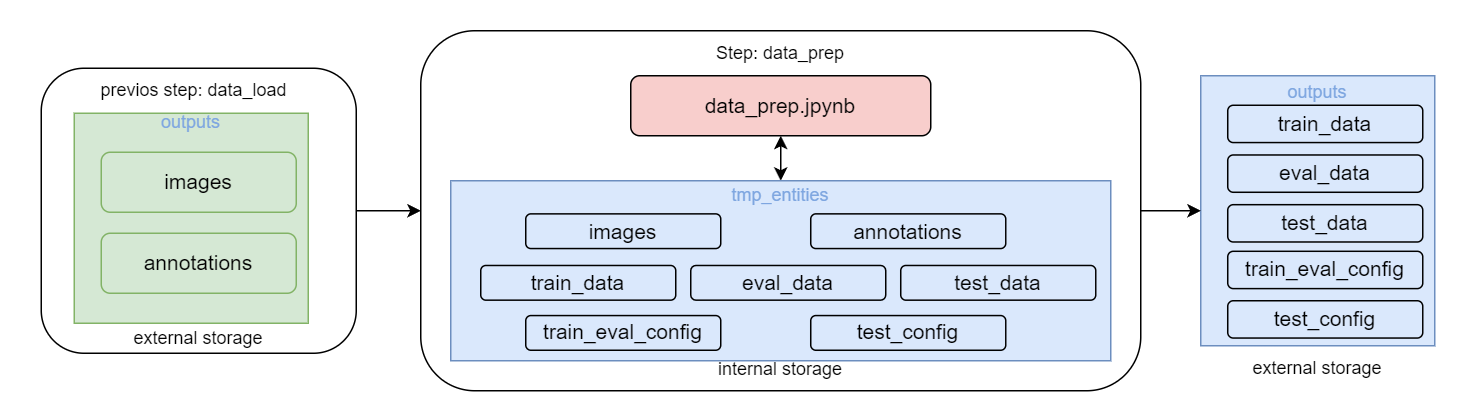
4-DS/obj_detect_rest-data_prep keeps this draw.io diagram as imgs/data_prep_inteface.drawio.png. Above is the earlier version. Source tidied: cells renumbered, new cells last; positions are measured from the earlier drawing's top-left corner, leaving out a move shared by most shapes.
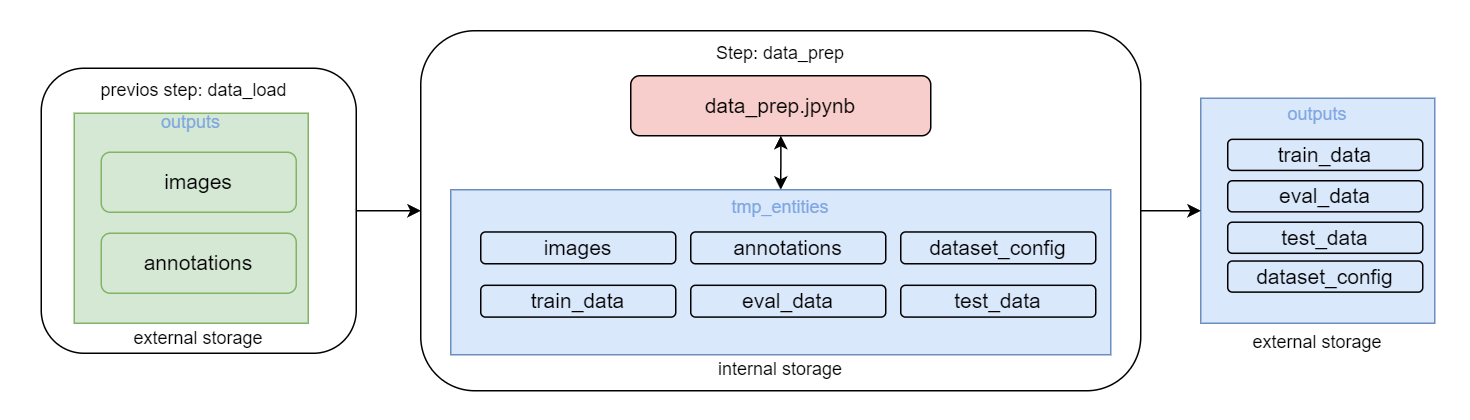
Above is the later version.

Diff of the diagram source:
```diff
@@ -18,56 +18,50 @@
       <mxGeometry x="420" y="50" width="200" height="40" as="geometry" />
     </mxCell>
     <mxCell id="7" value="external storage" style="text;html=1;strokeColor=none;fillColor=none;align=center;verticalAlign=middle;whiteSpace=wrap;rounded=0;" parent="1" vertex="1">
-      <mxGeometry x="808" y="230" width="140" height="30" as="geometry" />
+      <mxGeometry x="808" y="213" width="140" height="30" as="geometry" />
     </mxCell>
     <mxCell id="8" style="group;" parent="1" vertex="1">
-      <mxGeometry x="300" y="120" width="440" height="120" as="geometry" />
+      <mxGeometry x="300" y="120" width="440" height="110" as="geometry" />
     </mxCell>
-    <mxCell id="9" value="&lt;font style=&quot;&quot;&gt;&lt;font style=&quot;&quot; color=&quot;#7ea6e0&quot;&gt;&lt;font style=&quot;&quot;&gt;tmp_entities&lt;br&gt;&lt;br&gt;&lt;/font&gt;&lt;br&gt;&lt;br&gt;&lt;br&gt;&lt;br&gt;&lt;br&gt;&lt;/font&gt;&lt;br&gt;&lt;/font&gt;" style="rounded=0;whiteSpace=wrap;html=1;fillColor=#dae8fc;strokeColor=#6c8ebf;" parent="8" vertex="1">
-      <mxGeometry width="440" height="120" as="geometry" />
+    <mxCell id="9" value="&lt;font style=&quot;&quot;&gt;&lt;font style=&quot;&quot; color=&quot;#7ea6e0&quot;&gt;&lt;font style=&quot;&quot;&gt;tmp_entities&lt;br&gt;&lt;/font&gt;&lt;br&gt;&lt;br&gt;&lt;br&gt;&lt;br&gt;&lt;br&gt;&lt;/font&gt;&lt;br&gt;&lt;/font&gt;" style="rounded=0;whiteSpace=wrap;html=1;fillColor=#dae8fc;strokeColor=#6c8ebf;" parent="8" vertex="1">
+      <mxGeometry y="6" width="440" height="110" as="geometry" />
     </mxCell>
     <mxCell id="10" value="&lt;font style=&quot;font-size: 14px;&quot;&gt;images&lt;/font&gt;" style="rounded=1;whiteSpace=wrap;html=1;fillColor=#dae8fc;strokeColor=#000000;strokeWidth=1;" parent="8" vertex="1">
-      <mxGeometry x="50" y="22.1" width="130" height="23.1" as="geometry" />
+      <mxGeometry x="20" y="34.2" width="130" height="21.2" as="geometry" />
     </mxCell>
     <mxCell id="11" value="&lt;font style=&quot;font-size: 14px;&quot;&gt;annotations&lt;/font&gt;" style="rounded=1;whiteSpace=wrap;html=1;fillColor=#dae8fc;strokeColor=#000000;strokeWidth=1;" parent="8" vertex="1">
-      <mxGeometry x="240" y="22.1" width="130" height="23.1" as="geometry" />
+      <mxGeometry x="160" y="34.2" width="130" height="21.2" as="geometry" />
     </mxCell>
     <mxCell id="12" value="&lt;font style=&quot;font-size: 14px;&quot;&gt;eval_data&lt;/font&gt;" style="rounded=1;whiteSpace=wrap;html=1;fillColor=#dae8fc;strokeColor=#000000;strokeWidth=1;" parent="8" vertex="1">
-      <mxGeometry x="160" y="56.5" width="130" height="23.1" as="geometry" />
+      <mxGeometry x="160" y="69.7" width="130" height="21.2" as="geometry" />
     </mxCell>
     <mxCell id="13" value="&lt;font style=&quot;font-size: 14px;&quot;&gt;test_data&lt;/font&gt;" style="rounded=1;whiteSpace=wrap;html=1;fillColor=#dae8fc;strokeColor=#000000;strokeWidth=1;" parent="8" vertex="1">
-      <mxGeometry x="300" y="56.5" width="130" height="23.1" as="geometry" />
+      <mxGeometry x="300" y="69.7" width="130" height="21.2" as="geometry" />
     </mxCell>
     <mxCell id="14" value="&lt;font style=&quot;font-size: 14px;&quot;&gt;train_data&lt;/font&gt;" style="rounded=1;whiteSpace=wrap;html=1;fillColor=#dae8fc;strokeColor=#000000;strokeWidth=1;" parent="8" vertex="1">
-      <mxGeometry x="20" y="56.5" width="130" height="23.1" as="geometry" />
+      <mxGeometry x="20" y="69.7" width="130" height="21.2" as="geometry" />
     </mxCell>
-    <mxCell id="15" value="&lt;font style=&quot;font-size: 14px;&quot;&gt;train_eval_config&lt;/font&gt;" style="rounded=1;whiteSpace=wrap;html=1;fillColor=#dae8fc;strokeColor=#000000;strokeWidth=1;" parent="8" vertex="1">
-      <mxGeometry x="50" y="89.9" width="130" height="23.1" as="geometry" />
+    <mxCell id="15" value="&lt;font style=&quot;font-size: 14px;&quot;&gt;dataset_config&lt;/font&gt;" style="rounded=1;whiteSpace=wrap;html=1;fillColor=#dae8fc;strokeColor=#000000;strokeWidth=1;" parent="8" vertex="1">
+      <mxGeometry x="300" y="34.2" width="130" height="21.2" as="geometry" />
     </mxCell>
-    <mxCell id="16" value="&lt;font style=&quot;font-size: 14px;&quot;&gt;test_config&lt;/font&gt;" style="rounded=1;whiteSpace=wrap;html=1;fillColor=#dae8fc;strokeColor=#000000;strokeWidth=1;" parent="8" vertex="1">
-      <mxGeometry x="240" y="89.9" width="130" height="23.1" as="geometry" />
-    </mxCell>
     <mxCell id="17" value="1" style="group;" parent="1" vertex="1">
-      <mxGeometry x="800" y="50" width="156" height="180" as="geometry" />
+      <mxGeometry x="800" y="65" width="156" height="150" as="geometry" />
     </mxCell>
-    <mxCell id="18" value="&lt;font style=&quot;font-size: 12px;&quot;&gt;&lt;font color=&quot;#7ea6e0&quot;&gt;&lt;font style=&quot;font-size: 12px;&quot;&gt;outputs&lt;/font&gt;&lt;br&gt;&lt;br&gt;&lt;br&gt;&lt;br&gt;&lt;br&gt;&lt;br&gt;&lt;br&gt;&lt;br&gt;&lt;br&gt;&lt;br&gt;&lt;br&gt;&lt;/font&gt;&lt;br&gt;&lt;/font&gt;" style="rounded=0;whiteSpace=wrap;html=1;fillColor=#dae8fc;strokeColor=#6c8ebf;" parent="17" vertex="1">
-      <mxGeometry width="156" height="180" as="geometry" />
+    <mxCell id="18" value="&lt;font style=&quot;font-size: 12px;&quot;&gt;&lt;font color=&quot;#7ea6e0&quot;&gt;&lt;font style=&quot;font-size: 12px;&quot;&gt;outputs&lt;/font&gt;&lt;br&gt;&lt;br&gt;&lt;br&gt;&lt;br&gt;&lt;br&gt;&lt;br&gt;&lt;br&gt;&lt;br&gt;&lt;br&gt;&lt;/font&gt;&lt;br&gt;&lt;/font&gt;" style="rounded=0;whiteSpace=wrap;html=1;fillColor=#dae8fc;strokeColor=#6c8ebf;" parent="17" vertex="1">
+      <mxGeometry width="156" height="150" as="geometry" />
     </mxCell>
     <mxCell id="19" value="&lt;font style=&quot;font-size: 14px;&quot;&gt;train_data&lt;/font&gt;" style="rounded=1;whiteSpace=wrap;html=1;fillColor=#dae8fc;strokeColor=#000000;strokeWidth=1;" parent="17" vertex="1">
-      <mxGeometry x="18" y="19.7" width="130" height="24.9" as="geometry" />
+      <mxGeometry x="18" y="27.4" width="130" height="20.7" as="geometry" />
     </mxCell>
     <mxCell id="20" value="&lt;font style=&quot;font-size: 14px;&quot;&gt;eval_data&lt;/font&gt;" style="rounded=1;whiteSpace=wrap;html=1;fillColor=#dae8fc;strokeColor=#000000;strokeWidth=1;" parent="17" vertex="1">
-      <mxGeometry x="18" y="52.8" width="130" height="24.9" as="geometry" />
+      <mxGeometry x="18" y="55" width="130" height="20.7" as="geometry" />
     </mxCell>
     <mxCell id="21" value="&lt;font style=&quot;font-size: 14px;&quot;&gt;test_data&lt;/font&gt;" style="rounded=1;whiteSpace=wrap;html=1;fillColor=#dae8fc;strokeColor=#000000;strokeWidth=1;" parent="17" vertex="1">
-      <mxGeometry x="18" y="86" width="130" height="24.9" as="geometry" />
+      <mxGeometry x="18" y="82.6" width="130" height="20.7" as="geometry" />
     </mxCell>
-    <mxCell id="22" value="&lt;font style=&quot;font-size: 14px;&quot;&gt;train_eval_config&lt;/font&gt;" style="rounded=1;whiteSpace=wrap;html=1;fillColor=#dae8fc;strokeColor=#000000;strokeWidth=1;" parent="17" vertex="1">
-      <mxGeometry x="18" y="117" width="130" height="24.9" as="geometry" />
+    <mxCell id="22" value="&lt;font style=&quot;font-size: 14px;&quot;&gt;dataset_config&lt;/font&gt;" style="rounded=1;whiteSpace=wrap;html=1;fillColor=#dae8fc;strokeColor=#000000;strokeWidth=1;" parent="17" vertex="1">
+      <mxGeometry x="18" y="108.5" width="130" height="20.7" as="geometry" />
     </mxCell>
-    <mxCell id="23" value="&lt;font style=&quot;font-size: 14px;&quot;&gt;test_config&lt;/font&gt;" style="rounded=1;whiteSpace=wrap;html=1;fillColor=#dae8fc;strokeColor=#000000;strokeWidth=1;" parent="17" vertex="1">
-      <mxGeometry x="18" y="150" width="130" height="24.9" as="geometry" />
-    </mxCell>
     <mxCell id="24" value="internal storage" style="text;html=1;strokeColor=none;fillColor=none;align=center;verticalAlign=middle;whiteSpace=wrap;rounded=0;" parent="1" vertex="1">
       <mxGeometry x="450" y="231" width="140" height="30" as="geometry" />
     </mxCell>
```
